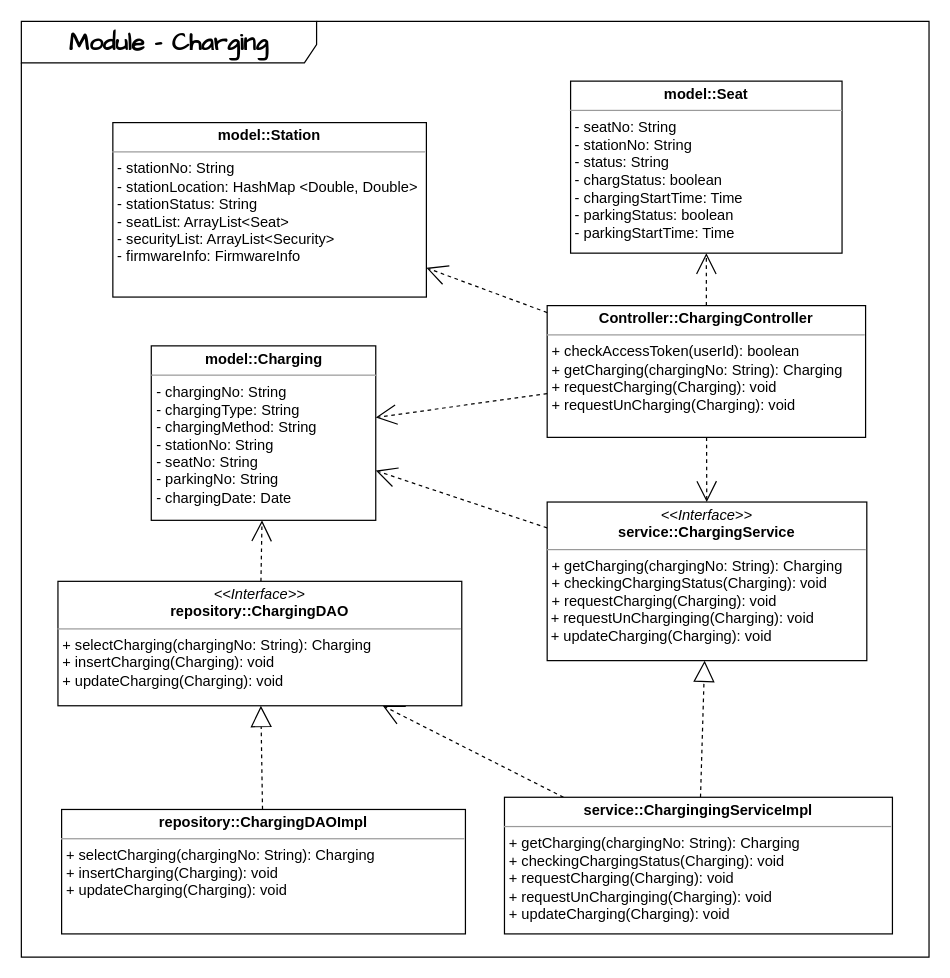
coldmu/aa_exam keeps this draw.io diagram as Module/Charging.drawio. Above is the earlier version. Source tidied: cells renumbered, new cells numbered last; positions are measured from the earlier drawing's top-left corner, leaving out a move shared by most shapes. Both pictures are drawn from the tidied source at 122%, with x=0, y=0 at pixel (21, 21).
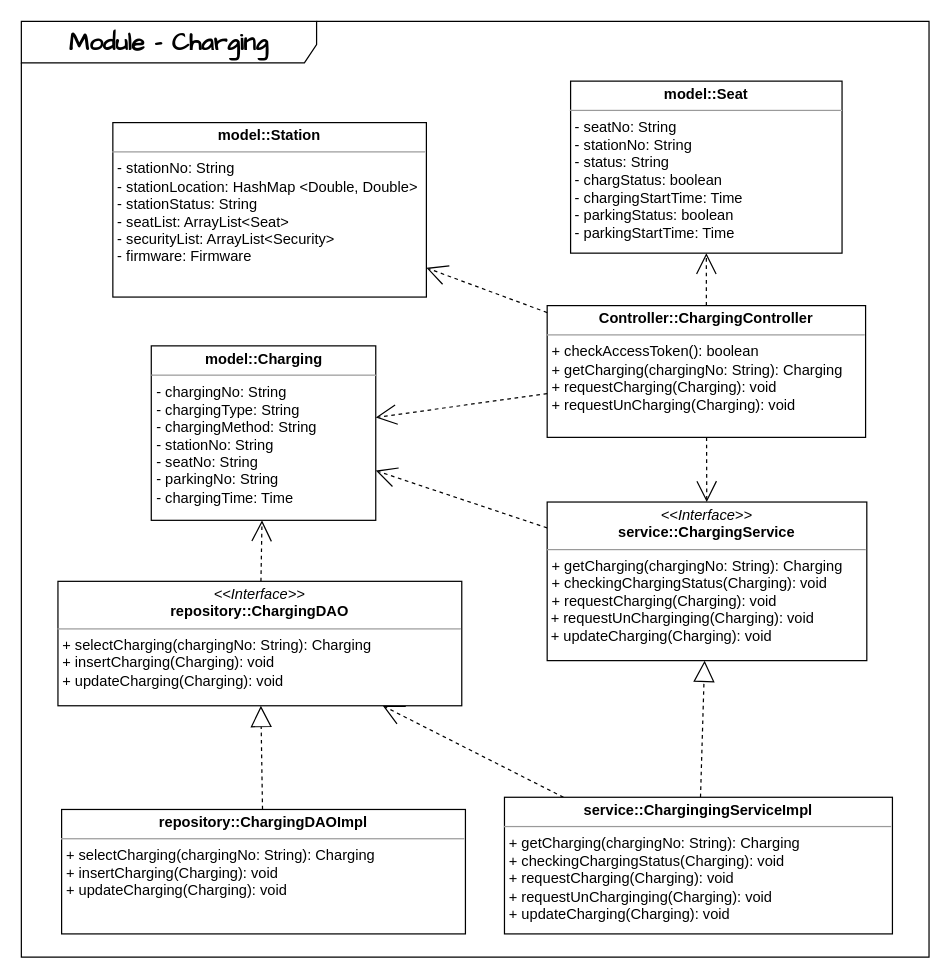
Above is the later version.

What changed in the source:
```diff
@@
 <mxGraphModel>
   <root>
     <mxCell id="0" />
     <mxCell id="1" parent="0" />
     <mxCell id="2" value="&lt;b&gt;Module - Charging&lt;/b&gt;" style="shape=umlFrame;whiteSpace=wrap;html=1;hachureGap=4;fontFamily=Architects Daughter;fontSize=20;width=242;height=34;labelBackgroundColor=none;rounded=0;" parent="1" vertex="1">
       <mxGeometry width="744" height="767" as="geometry" />
     </mxCell>
     <mxCell id="3" style="edgeStyle=none;shape=connector;rounded=0;hachureGap=4;jettySize=auto;html=1;dashed=1;labelBackgroundColor=none;strokeColor=default;fontFamily=Architects Daughter;fontSize=16;fontColor=default;endArrow=open;endFill=0;endSize=15;" parent="1" edge="1" source="8" target="5">
       <mxGeometry relative="1" as="geometry" />
     </mxCell>
     <mxCell id="4" style="edgeStyle=none;shape=connector;rounded=0;hachureGap=4;jettySize=auto;html=1;dashed=1;labelBackgroundColor=none;strokeColor=default;fontFamily=Architects Daughter;fontSize=16;fontColor=default;endArrow=open;endFill=0;endSize=15;" parent="1" edge="1" source="5" target="16">
       <mxGeometry relative="1" as="geometry" />
     </mxCell>
     <mxCell id="5" value="&lt;p style=&quot;margin:0px;margin-top:4px;text-align:center;&quot;&gt;&lt;i&gt;&amp;lt;&amp;lt;Interface&amp;gt;&amp;gt;&lt;/i&gt;&lt;br&gt;&lt;b style=&quot;background-color: initial;&quot;&gt;service::ChargingService&lt;/b&gt;&lt;/p&gt;&lt;p style=&quot;margin:0px;margin-top:4px;text-align:center;&quot;&gt;&lt;/p&gt;&lt;hr size=&quot;1&quot;&gt;&lt;p style=&quot;margin:0px;margin-left:4px;&quot;&gt;+ getCharging(chargingNo: String): Charging&lt;/p&gt;&lt;p style=&quot;margin:0px;margin-left:4px;&quot;&gt;+ checkingChargingStatus(Charging): void&lt;/p&gt;&lt;p style=&quot;margin:0px;margin-left:4px;&quot;&gt;+ requestCharging(Charging): void&lt;/p&gt;&lt;p style=&quot;margin:0px;margin-left:4px;&quot;&gt;&lt;/p&gt;&amp;nbsp;+ requestUnCharginging(Charging): void&lt;br&gt;&amp;nbsp;+ updateCharging(Charging): void" style="verticalAlign=top;align=left;overflow=fill;fontSize=12;fontFamily=Helvetica;html=1;whiteSpace=wrap;" parent="1" vertex="1">
       <mxGeometry x="431" y="394" width="262" height="130" as="geometry" />
     </mxCell>
     <mxCell id="6" style="edgeStyle=none;shape=connector;rounded=0;hachureGap=4;jettySize=auto;html=1;dashed=1;labelBackgroundColor=none;strokeColor=default;fontFamily=Architects Daughter;fontSize=16;fontColor=default;endArrow=open;endFill=0;endSize=15;" parent="1" edge="1" source="7" target="16">
       <mxGeometry relative="1" as="geometry" />
     </mxCell>
     <mxCell id="7" value="&lt;p style=&quot;margin:0px;margin-top:4px;text-align:center;&quot;&gt;&lt;i&gt;&amp;lt;&amp;lt;Interface&amp;gt;&amp;gt;&lt;/i&gt;&lt;br&gt;&lt;b style=&quot;background-color: initial;&quot;&gt;repository::ChargingDAO&lt;/b&gt;&lt;/p&gt;&lt;p style=&quot;margin:0px;margin-top:4px;text-align:center;&quot;&gt;&lt;/p&gt;&lt;hr size=&quot;1&quot;&gt;&lt;p style=&quot;margin:0px;margin-left:4px;&quot;&gt;+ selectCharging(chargingNo: String): Charging&lt;/p&gt;&lt;p style=&quot;margin:0px;margin-left:4px;&quot;&gt;+ insertCharging(Charging): void&lt;/p&gt;&lt;p style=&quot;margin:0px;margin-left:4px;&quot;&gt;+ updateCharging(Charging): void&lt;/p&gt;" style="verticalAlign=top;align=left;overflow=fill;fontSize=12;fontFamily=Helvetica;html=1;whiteSpace=wrap;" parent="1" vertex="1">
       <mxGeometry x="30" y="459" width="331" height="102" as="geometry" />
     </mxCell>
-    <mxCell id="8" value="&lt;p style=&quot;margin:0px;margin-top:4px;text-align:center;&quot;&gt;&lt;b style=&quot;background-color: initial;&quot;&gt;Controller::ChargingController&lt;/b&gt;&lt;/p&gt;&lt;p style=&quot;margin:0px;margin-top:4px;text-align:center;&quot;&gt;&lt;/p&gt;&lt;hr size=&quot;1&quot;&gt;&lt;p style=&quot;margin:0px;margin-left:4px;&quot;&gt;+ checkAccessToken(userId): boolean&lt;/p&gt;&lt;p style=&quot;margin:0px;margin-left:4px;&quot;&gt;+ getCharging(chargingNo: String): Charging&lt;/p&gt;&lt;p style=&quot;margin:0px;margin-left:4px;&quot;&gt;+ requestCharging(Charging): void&lt;/p&gt;&lt;p style=&quot;margin:0px;margin-left:4px;&quot;&gt;+ requestUnCharging(Charging): void&lt;/p&gt;" style="verticalAlign=top;align=left;overflow=fill;fontSize=12;fontFamily=Helvetica;html=1;whiteSpace=wrap;" parent="1" vertex="1">
+    <mxCell id="8" value="&lt;p style=&quot;margin:0px;margin-top:4px;text-align:center;&quot;&gt;&lt;b style=&quot;background-color: initial;&quot;&gt;Controller::ChargingController&lt;/b&gt;&lt;/p&gt;&lt;p style=&quot;margin:0px;margin-top:4px;text-align:center;&quot;&gt;&lt;/p&gt;&lt;hr size=&quot;1&quot;&gt;&lt;p style=&quot;margin:0px;margin-left:4px;&quot;&gt;+ checkAccessToken(): boolean&lt;/p&gt;&lt;p style=&quot;margin:0px;margin-left:4px;&quot;&gt;+ getCharging(chargingNo: String): Charging&lt;/p&gt;&lt;p style=&quot;margin:0px;margin-left:4px;&quot;&gt;+ requestCharging(Charging): void&lt;/p&gt;&lt;p style=&quot;margin:0px;margin-left:4px;&quot;&gt;+ requestUnCharging(Charging): void&lt;/p&gt;" style="verticalAlign=top;align=left;overflow=fill;fontSize=12;fontFamily=Helvetica;html=1;whiteSpace=wrap;" parent="1" vertex="1">
       <mxGeometry x="431" y="233" width="261" height="108" as="geometry" />
     </mxCell>
     <mxCell id="9" style="edgeStyle=none;shape=connector;rounded=0;hachureGap=4;jettySize=auto;html=1;dashed=1;labelBackgroundColor=none;strokeColor=default;fontFamily=Architects Daughter;fontSize=16;fontColor=default;endArrow=open;endFill=0;endSize=15;" parent="1" edge="1" source="11" target="7">
       <mxGeometry relative="1" as="geometry" />
     </mxCell>
     <mxCell id="10" style="edgeStyle=none;shape=connector;rounded=0;hachureGap=4;jettySize=auto;html=1;dashed=1;labelBackgroundColor=none;strokeColor=default;fontFamily=Architects Daughter;fontSize=16;fontColor=default;endArrow=block;endFill=0;endSize=15;" parent="1" edge="1" source="11" target="5">
       <mxGeometry relative="1" as="geometry" />
     </mxCell>
     <mxCell id="11" value="&lt;p style=&quot;margin:0px;margin-top:4px;text-align:center;&quot;&gt;&lt;b style=&quot;background-color: initial;&quot;&gt;service::ChargingingServiceImpl&lt;/b&gt;&lt;/p&gt;&lt;p style=&quot;margin:0px;margin-top:4px;text-align:center;&quot;&gt;&lt;/p&gt;&lt;hr size=&quot;1&quot;&gt;&lt;p style=&quot;border-color: var(--border-color); margin: 0px 0px 0px 4px;&quot;&gt;+ getCharging(chargingNo: String): Charging&lt;/p&gt;&lt;p style=&quot;border-color: var(--border-color); margin: 0px 0px 0px 4px;&quot;&gt;+ checkingChargingStatus(Charging): void&lt;/p&gt;&lt;p style=&quot;border-color: var(--border-color); margin: 0px 0px 0px 4px;&quot;&gt;+ requestCharging(Charging): void&lt;/p&gt;&lt;p style=&quot;border-color: var(--border-color); margin: 0px 0px 0px 4px;&quot;&gt;&lt;/p&gt;&lt;p style=&quot;border-color: var(--border-color); margin: 0px 0px 0px 4px;&quot;&gt;+ requestUnCharginging(Charging): void&lt;br style=&quot;border-color: var(--border-color);&quot;&gt;+ updateCharging(Charging): void&lt;br&gt;&lt;/p&gt;" style="verticalAlign=top;align=left;overflow=fill;fontSize=12;fontFamily=Helvetica;html=1;whiteSpace=wrap;" parent="1" vertex="1">
       <mxGeometry x="396" y="636" width="318" height="112" as="geometry" />
     </mxCell>
     <mxCell id="12" style="edgeStyle=none;shape=connector;rounded=0;hachureGap=4;jettySize=auto;html=1;dashed=1;labelBackgroundColor=none;strokeColor=default;fontFamily=Architects Daughter;fontSize=16;fontColor=default;endArrow=block;endFill=0;endSize=15;" parent="1" edge="1" source="13" target="7">
       <mxGeometry relative="1" as="geometry" />
     </mxCell>
     <mxCell id="13" value="&lt;p style=&quot;margin:0px;margin-top:4px;text-align:center;&quot;&gt;&lt;b style=&quot;background-color: initial;&quot;&gt;repository::ChargingDAOImpl&lt;/b&gt;&lt;/p&gt;&lt;p style=&quot;margin:0px;margin-top:4px;text-align:center;&quot;&gt;&lt;/p&gt;&lt;hr size=&quot;1&quot;&gt;&lt;p style=&quot;border-color: var(--border-color); margin: 0px 0px 0px 4px;&quot;&gt;+ selectCharging(chargingNo: String): Charging&lt;/p&gt;&lt;p style=&quot;border-color: var(--border-color); margin: 0px 0px 0px 4px;&quot;&gt;+ insertCharging(Charging): void&lt;/p&gt;&lt;p style=&quot;border-color: var(--border-color); margin: 0px 0px 0px 4px;&quot;&gt;+ updateCharging(Charging): void&lt;/p&gt;" style="verticalAlign=top;align=left;overflow=fill;fontSize=12;fontFamily=Helvetica;html=1;whiteSpace=wrap;" parent="1" vertex="1">
       <mxGeometry x="33" y="646" width="331" height="102" as="geometry" />
     </mxCell>
-    <mxCell id="14" value="&lt;p style=&quot;border-color: var(--border-color); margin: 4px 0px 0px; text-align: center;&quot;&gt;&lt;b style=&quot;border-color: var(--border-color); background-color: initial;&quot;&gt;model::Station&lt;/b&gt;&lt;/p&gt;&lt;p style=&quot;border-color: var(--border-color); margin: 4px 0px 0px; text-align: center;&quot;&gt;&lt;/p&gt;&lt;hr style=&quot;border-color: var(--border-color);&quot; size=&quot;1&quot;&gt;&lt;p style=&quot;border-color: var(--border-color); margin: 0px 0px 0px 4px;&quot;&gt;- stationNo: String&lt;/p&gt;&lt;p style=&quot;border-color: var(--border-color); margin: 0px 0px 0px 4px;&quot;&gt;- stationLocation: HashMap &amp;lt;Double, Double&amp;gt;&lt;/p&gt;&lt;p style=&quot;border-color: var(--border-color); margin: 0px 0px 0px 4px;&quot;&gt;- stationStatus: String&lt;/p&gt;&lt;p style=&quot;border-color: var(--border-color); margin: 0px 0px 0px 4px;&quot;&gt;- seatList: ArrayList&amp;lt;Seat&amp;gt;&lt;br style=&quot;border-color: var(--border-color);&quot;&gt;&lt;/p&gt;&lt;p style=&quot;border-color: var(--border-color); margin: 0px 0px 0px 4px;&quot;&gt;- securityList: ArrayList&amp;lt;Security&amp;gt;&lt;/p&gt;&lt;p style=&quot;border-color: var(--border-color); margin: 0px 0px 0px 4px;&quot;&gt;- firmwareInfo: FirmwareInfo&lt;/p&gt;&lt;p style=&quot;border-color: var(--border-color); margin: 0px 0px 0px 4px;&quot;&gt;&lt;br style=&quot;border-color: var(--border-color);&quot;&gt;&lt;/p&gt;" style="verticalAlign=top;align=left;overflow=fill;fontSize=12;fontFamily=Helvetica;html=1;whiteSpace=wrap;" parent="1" vertex="1">
+    <mxCell id="14" value="&lt;p style=&quot;border-color: var(--border-color); margin: 4px 0px 0px; text-align: center;&quot;&gt;&lt;b style=&quot;border-color: var(--border-color); background-color: initial;&quot;&gt;model::Station&lt;/b&gt;&lt;/p&gt;&lt;p style=&quot;border-color: var(--border-color); margin: 4px 0px 0px; text-align: center;&quot;&gt;&lt;/p&gt;&lt;hr style=&quot;border-color: var(--border-color);&quot; size=&quot;1&quot;&gt;&lt;p style=&quot;border-color: var(--border-color); margin: 0px 0px 0px 4px;&quot;&gt;- stationNo: String&lt;/p&gt;&lt;p style=&quot;border-color: var(--border-color); margin: 0px 0px 0px 4px;&quot;&gt;- stationLocation: HashMap &amp;lt;Double, Double&amp;gt;&lt;/p&gt;&lt;p style=&quot;border-color: var(--border-color); margin: 0px 0px 0px 4px;&quot;&gt;- stationStatus: String&lt;/p&gt;&lt;p style=&quot;border-color: var(--border-color); margin: 0px 0px 0px 4px;&quot;&gt;- seatList: ArrayList&amp;lt;Seat&amp;gt;&lt;br style=&quot;border-color: var(--border-color);&quot;&gt;&lt;/p&gt;&lt;p style=&quot;border-color: var(--border-color); margin: 0px 0px 0px 4px;&quot;&gt;- securityList: ArrayList&amp;lt;Security&amp;gt;&lt;/p&gt;&lt;p style=&quot;border-color: var(--border-color); margin: 0px 0px 0px 4px;&quot;&gt;- firmware: Firmware&lt;/p&gt;" style="verticalAlign=top;align=left;overflow=fill;fontSize=12;fontFamily=Helvetica;html=1;whiteSpace=wrap;" parent="1" vertex="1">
       <mxGeometry x="75" y="83" width="257" height="143" as="geometry" />
     </mxCell>
     <mxCell id="15" value="&lt;p style=&quot;border-color: var(--border-color); margin: 4px 0px 0px; text-align: center;&quot;&gt;&lt;b style=&quot;border-color: var(--border-color); background-color: initial;&quot;&gt;model::Seat&lt;/b&gt;&lt;/p&gt;&lt;p style=&quot;border-color: var(--border-color); margin: 4px 0px 0px; text-align: center;&quot;&gt;&lt;/p&gt;&lt;hr style=&quot;border-color: var(--border-color);&quot; size=&quot;1&quot;&gt;&lt;p style=&quot;border-color: var(--border-color); margin: 0px 0px 0px 4px;&quot;&gt;- seatNo: String&lt;/p&gt;&lt;p style=&quot;border-color: var(--border-color); margin: 0px 0px 0px 4px;&quot;&gt;- stationNo: String&lt;/p&gt;&lt;p style=&quot;border-color: var(--border-color); margin: 0px 0px 0px 4px;&quot;&gt;- status:&amp;nbsp;String&lt;/p&gt;&lt;p style=&quot;border-color: var(--border-color); margin: 0px 0px 0px 4px;&quot;&gt;&lt;span style=&quot;border-color: var(--border-color); background-color: initial;&quot;&gt;- chargStatus: boolean&lt;/span&gt;&lt;/p&gt;&lt;p style=&quot;border-color: var(--border-color); margin: 0px 0px 0px 4px;&quot;&gt;- chargingStartTime: Time&lt;/p&gt;&lt;p style=&quot;border-color: var(--border-color); margin: 0px 0px 0px 4px;&quot;&gt;- parkingStatus: boolean&lt;/p&gt;&lt;p style=&quot;border-color: var(--border-color); margin: 0px 0px 0px 4px;&quot;&gt;- parkingStartTime: Time&lt;/p&gt;&lt;p style=&quot;border-color: var(--border-color); margin: 0px 0px 0px 4px;&quot;&gt;&lt;br style=&quot;border-color: var(--border-color);&quot;&gt;&lt;/p&gt;" style="verticalAlign=top;align=left;overflow=fill;fontSize=12;fontFamily=Helvetica;html=1;whiteSpace=wrap;" parent="1" vertex="1">
       <mxGeometry x="450.2" y="49" width="222.5" height="141" as="geometry" />
     </mxCell>
-    <mxCell id="16" value="&lt;p style=&quot;margin:0px;margin-top:4px;text-align:center;&quot;&gt;&lt;b style=&quot;background-color: initial;&quot;&gt;model::Charging&lt;/b&gt;&lt;/p&gt;&lt;p style=&quot;margin:0px;margin-top:4px;text-align:center;&quot;&gt;&lt;/p&gt;&lt;hr size=&quot;1&quot;&gt;&lt;p style=&quot;margin:0px;margin-left:4px;&quot;&gt;- chargingNo: String&lt;/p&gt;&lt;p style=&quot;margin:0px;margin-left:4px;&quot;&gt;- chargingType: String&lt;/p&gt;&lt;p style=&quot;margin:0px;margin-left:4px;&quot;&gt;- chargingMethod: String&lt;/p&gt;&lt;p style=&quot;margin:0px;margin-left:4px;&quot;&gt;- stationNo: String&lt;/p&gt;&lt;p style=&quot;margin:0px;margin-left:4px;&quot;&gt;- seatNo: String&lt;/p&gt;&lt;p style=&quot;margin:0px;margin-left:4px;&quot;&gt;- parkingNo: String&lt;/p&gt;&lt;p style=&quot;margin:0px;margin-left:4px;&quot;&gt;&lt;span style=&quot;background-color: initial;&quot;&gt;- chargingDate: Date&lt;/span&gt;&lt;br&gt;&lt;/p&gt;" style="verticalAlign=top;align=left;overflow=fill;fontSize=12;fontFamily=Helvetica;html=1;whiteSpace=wrap;" parent="1" vertex="1">
+    <mxCell id="16" value="&lt;p style=&quot;margin:0px;margin-top:4px;text-align:center;&quot;&gt;&lt;b style=&quot;background-color: initial;&quot;&gt;model::Charging&lt;/b&gt;&lt;/p&gt;&lt;p style=&quot;margin:0px;margin-top:4px;text-align:center;&quot;&gt;&lt;/p&gt;&lt;hr size=&quot;1&quot;&gt;&lt;p style=&quot;margin:0px;margin-left:4px;&quot;&gt;- chargingNo: String&lt;/p&gt;&lt;p style=&quot;margin:0px;margin-left:4px;&quot;&gt;- chargingType: String&lt;/p&gt;&lt;p style=&quot;margin:0px;margin-left:4px;&quot;&gt;- chargingMethod: String&lt;/p&gt;&lt;p style=&quot;margin:0px;margin-left:4px;&quot;&gt;- stationNo: String&lt;/p&gt;&lt;p style=&quot;margin:0px;margin-left:4px;&quot;&gt;- seatNo: String&lt;/p&gt;&lt;p style=&quot;margin:0px;margin-left:4px;&quot;&gt;- parkingNo: String&lt;/p&gt;&lt;p style=&quot;margin:0px;margin-left:4px;&quot;&gt;&lt;span style=&quot;background-color: initial;&quot;&gt;- chargingTime: Time&lt;/span&gt;&lt;br&gt;&lt;/p&gt;" style="verticalAlign=top;align=left;overflow=fill;fontSize=12;fontFamily=Helvetica;html=1;whiteSpace=wrap;" parent="1" vertex="1">
       <mxGeometry x="106.5" y="266" width="184" height="143" as="geometry" />
     </mxCell>
     <mxCell id="17" style="edgeStyle=none;shape=connector;rounded=0;hachureGap=4;jettySize=auto;html=1;dashed=1;labelBackgroundColor=none;strokeColor=default;fontFamily=Architects Daughter;fontSize=16;fontColor=default;endArrow=open;endFill=0;endSize=15;" parent="1" edge="1" source="8" target="14">
       <mxGeometry relative="1" as="geometry" />
     </mxCell>
     <mxCell id="18" style="edgeStyle=none;shape=connector;rounded=0;hachureGap=4;jettySize=auto;html=1;dashed=1;labelBackgroundColor=none;strokeColor=default;fontFamily=Architects Daughter;fontSize=16;fontColor=default;endArrow=open;endFill=0;endSize=15;" parent="1" edge="1" source="8" target="15">
       <mxGeometry relative="1" as="geometry" />
     </mxCell>
     <mxCell id="19" style="edgeStyle=none;shape=connector;rounded=0;hachureGap=4;jettySize=auto;html=1;dashed=1;labelBackgroundColor=none;strokeColor=default;fontFamily=Architects Daughter;fontSize=16;fontColor=default;endArrow=open;endFill=0;endSize=15;" parent="1" edge="1" source="8" target="16">
       <mxGeometry relative="1" as="geometry" />
     </mxCell>
   </root>
 </mxGraphModel>
```
